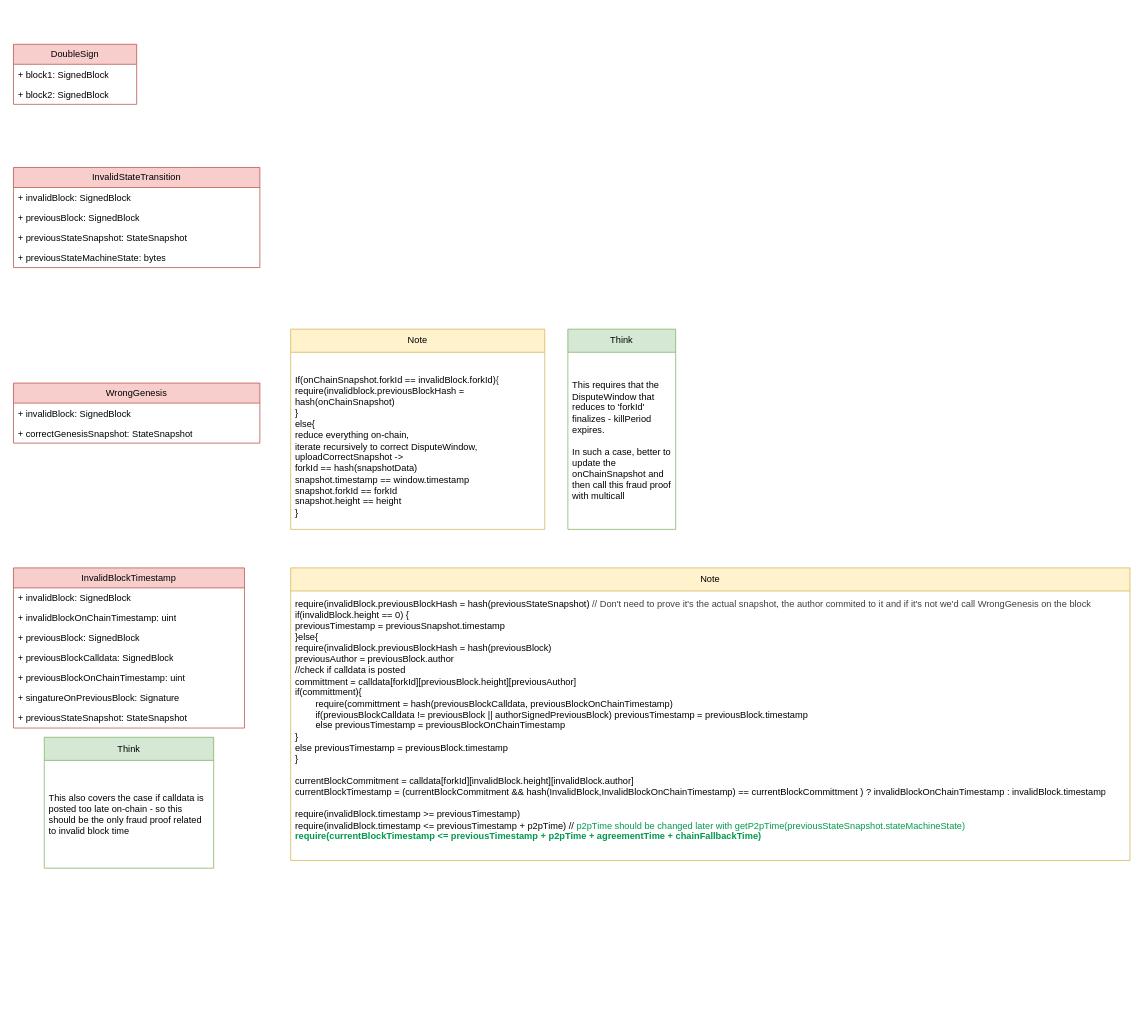
Above: page "Fraud Proofs + Dispute Fraud Proofs" (10 of 10) of diagrams/sdk.drawio in peer3to/state-channels-plus (draw.io), before the change. Source tidied: cells renumbered, new cells numbered last; positions are measured from the earlier drawing's top-left corner, leaving out a move shared by most shapes. Both pictures are drawn from the tidied source at 77%, with x=0, y=0 at pixel (13, 44).
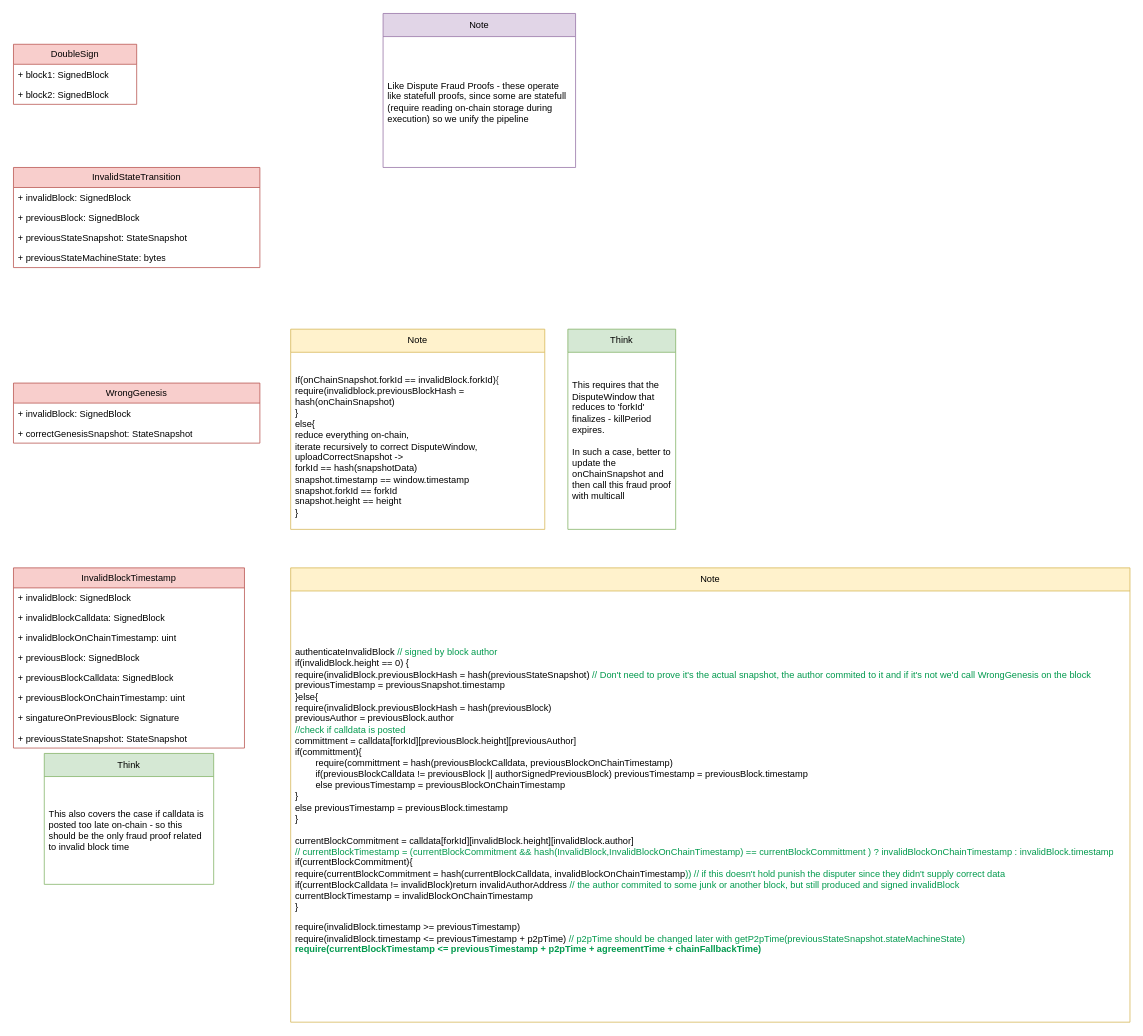
The same diagram, later.

Commit message:
Diagrams - Fraud Proofs - invalidBlockTimestamp - changes

What changed in the source:
```diff
@@
     <mxCell id="10" value="InvalidBlockTimestamp" style="swimlane;fontStyle=0;horizontal=1;startSize=26;fillColor=#f8cecc;whiteSpace=wrap;html=1;strokeColor=#b85450;" parent="1" vertex="1">
-      <mxGeometry y="680" width="300" height="208" as="geometry" />
+      <mxGeometry y="680" width="300" height="234" as="geometry" />
     </mxCell>
@@
+    <mxCell id="29" value="+ invalidBlockCalldata: SignedBlock" style="text;strokeColor=none;fillColor=none;align=left;verticalAlign=top;spacingLeft=4;spacingRight=4;overflow=hidden;whiteSpace=wrap;html=1;" parent="10" vertex="1">
+      <mxGeometry y="52" width="300" height="26" as="geometry" />
+    </mxCell>
     <mxCell id="12" value="+ invalidBlockOnChainTimestamp: uint" style="text;strokeColor=none;fillColor=none;align=left;verticalAlign=top;spacingLeft=4;spacingRight=4;overflow=hidden;whiteSpace=wrap;html=1;" parent="10" vertex="1">
-      <mxGeometry y="52" width="300" height="26" as="geometry" />
+      <mxGeometry y="78" width="300" height="26" as="geometry" />
     </mxCell>
     <mxCell id="13" value="+ previousBlock: SignedBlock" style="text;strokeColor=none;fillColor=none;align=left;verticalAlign=top;spacingLeft=4;spacingRight=4;overflow=hidden;whiteSpace=wrap;html=1;" parent="10" vertex="1">
-      <mxGeometry y="78" width="300" height="26" as="geometry" />
+      <mxGeometry y="104" width="300" height="26" as="geometry" />
     </mxCell>
     <mxCell id="14" value="+ previousBlockCalldata: SignedBlock" style="text;strokeColor=none;fillColor=none;align=left;verticalAlign=top;spacingLeft=4;spacingRight=4;overflow=hidden;whiteSpace=wrap;html=1;" parent="10" vertex="1">
-      <mxGeometry y="104" width="300" height="26" as="geometry" />
+      <mxGeometry y="130" width="300" height="26" as="geometry" />
     </mxCell>
     <mxCell id="15" value="+ previousBlockOnChainTimestamp: uint" style="text;strokeColor=none;fillColor=none;align=left;verticalAlign=top;spacingLeft=4;spacingRight=4;overflow=hidden;whiteSpace=wrap;html=1;" parent="10" vertex="1">
-      <mxGeometry y="130" width="300" height="26" as="geometry" />
+      <mxGeometry y="156" width="300" height="26" as="geometry" />
     </mxCell>
     <mxCell id="16" value="+ singatureOnPreviousBlock: Signature" style="text;strokeColor=none;fillColor=none;align=left;verticalAlign=top;spacingLeft=4;spacingRight=4;overflow=hidden;whiteSpace=wrap;html=1;" parent="10" vertex="1">
-      <mxGeometry y="156" width="300" height="26" as="geometry" />
+      <mxGeometry y="182" width="300" height="26" as="geometry" />
     </mxCell>
     <mxCell id="17" value="+ previousStateSnapshot: StateSnapshot" style="text;strokeColor=none;fillColor=none;align=left;verticalAlign=top;spacingLeft=4;spacingRight=4;overflow=hidden;whiteSpace=wrap;html=1;" parent="10" vertex="1">
-      <mxGeometry y="182" width="300" height="26" as="geometry" />
+      <mxGeometry y="208" width="300" height="26" as="geometry" />
     </mxCell>
     <mxCell id="18" value="Note" style="swimlane;fontStyle=0;horizontal=1;startSize=30;whiteSpace=wrap;html=1;fillColor=#fff2cc;strokeColor=#d6b656;" parent="1" vertex="1">
-      <mxGeometry x="360" y="680" width="1090" height="380" as="geometry" />
+      <mxGeometry x="360" y="680" width="1090" height="590" as="geometry" />
     </mxCell>
-    <mxCell id="19" value="&lt;div&gt;&lt;font style=&quot;scrollbar-color: rgb(226, 226, 226) rgb(251, 251, 251); color: rgb(0, 0, 0);&quot;&gt;require(invalidBlock.previousBlockHash = hash(previousStateSnapshot)&lt;/font&gt;&lt;span style=&quot;color: rgb(63, 63, 63);&quot;&gt;&amp;nbsp;// Don't need to prove it's the actual snapshot, the author commited to it and if it's not we'd call WrongGenesis on the block&lt;/span&gt;&lt;/div&gt;if(invalidBlock.height == 0) {&lt;div&gt;&lt;font style=&quot;color: rgb(0, 0, 0);&quot;&gt;previousTimestamp = previousSnapshot.timestamp&lt;/font&gt;&lt;/div&gt;&lt;div&gt;}else{&lt;/div&gt;&lt;div&gt;&lt;font style=&quot;color: rgb(0, 0, 0);&quot;&gt;require(invalidBlock.previousBlockHash = hash(previousBlock)&lt;/font&gt;&lt;/div&gt;&lt;div&gt;&lt;font style=&quot;color: rgb(0, 0, 0);&quot;&gt;previousAuthor = previousBlock.author&lt;/font&gt;&lt;/div&gt;&lt;div&gt;//check if calldata is posted&amp;nbsp;&lt;br&gt;&lt;font style=&quot;color: rgb(0, 0, 0);&quot;&gt;committment = calldata[forkId][previousBlock.height][previousAuthor]&lt;/font&gt;&lt;/div&gt;&lt;div&gt;&lt;font style=&quot;color: rgb(0, 0, 0);&quot;&gt;&lt;font color=&quot;#000000&quot;&gt;if(committment){&lt;/font&gt;&lt;/font&gt;&lt;/div&gt;&lt;div&gt;&lt;font&gt;&lt;font style=&quot;color: rgb(0, 0, 0);&quot;&gt;&lt;span style=&quot;white-space: pre;&quot;&gt;&#9;&lt;/span&gt;require(committment = hash(previousBlockCalldata, previousBlockOnChainTimestamp)&lt;/font&gt;&lt;/font&gt;&lt;/div&gt;&lt;div&gt;&lt;font&gt;&lt;font style=&quot;color: rgb(0, 0, 0);&quot;&gt;&lt;span style=&quot;white-space: pre;&quot;&gt;&#9;&lt;/span&gt;if(previousBlockCalldata != previousBlock || authorSignedPreviousBlock) previousTimestamp = previousBlock.timestamp&lt;br&gt;&lt;/font&gt;&lt;/font&gt;&lt;/div&gt;&lt;div&gt;&lt;font&gt;&lt;font style=&quot;color: rgb(0, 0, 0);&quot;&gt;&lt;span style=&quot;white-space: pre;&quot;&gt;&#9;&lt;/span&gt;else previousTimestamp = previousBlockOnChainTimestamp&lt;br&gt;&lt;/font&gt;&lt;/font&gt;&lt;/div&gt;&lt;div&gt;&lt;font style=&quot;color: rgb(0, 0, 0);&quot;&gt;}&lt;/font&gt;&lt;/div&gt;&lt;div&gt;&lt;font style=&quot;color: rgb(0, 0, 0);&quot;&gt;else previousTimestamp = previousBlock.timestamp&lt;/font&gt;&lt;/div&gt;&lt;div&gt;}&lt;/div&gt;&lt;div&gt;&lt;br&gt;&lt;/div&gt;&lt;div&gt;&lt;font style=&quot;color: rgb(0, 0, 0);&quot;&gt;currentBlockCommitment = calldata[forkId][invalidBlock.height][invalidBlock.author]&lt;/font&gt;&lt;/div&gt;&lt;div&gt;&lt;font style=&quot;color: rgb(0, 0, 0);&quot;&gt;currentBlockTimestamp = (currentBlockCommitment &amp;amp;&amp;amp; hash(InvalidBlock,InvalidBlockOnChainTimestamp) == currentBlockCommittment ) ? invalidBlockOnChainTimestamp : invalidBlock.timestamp&lt;/font&gt;&lt;/div&gt;&lt;div&gt;&lt;font style=&quot;color: rgb(0, 0, 0);&quot;&gt;&amp;nbsp;&lt;br&gt;require(invalidBlock.timestamp &amp;gt;= previousTimestamp)&lt;/font&gt;&lt;/div&gt;&lt;div&gt;&lt;font style=&quot;color: rgb(0, 0, 0);&quot;&gt;require(invalidBlock.timestamp &amp;lt;= previousTimestamp + p2pTime)&lt;/font&gt; // &lt;font style=&quot;color: rgb(0, 153, 77);&quot;&gt;p2pTime should be changed later with getP2pTime(previousStateSnapshot.stateMachineState)&lt;/font&gt;&lt;/div&gt;&lt;div&gt;&lt;font color=&quot;#00994d&quot;&gt;&lt;b&gt;require(currentBlockTimestamp &amp;lt;= previousTimestamp + p2pTime + agreementTime + chainFallbackTime)&amp;nbsp;&lt;/b&gt;&lt;br&gt;&lt;/font&gt;&lt;br&gt;&lt;/div&gt;" style="text;strokeColor=none;fillColor=none;align=left;verticalAlign=middle;spacingLeft=4;spacingRight=4;overflow=hidden;whiteSpace=wrap;html=1;" parent="18" vertex="1">
-      <mxGeometry y="30" width="1090" height="350" as="geometry" />
+    <mxCell id="19" value="&lt;div&gt;&lt;span style=&quot;background-color: transparent;&quot;&gt;&lt;font style=&quot;color: rgb(0, 0, 0);&quot;&gt;authenticateInvalidBlock &lt;/font&gt;&lt;font style=&quot;color: rgb(0, 153, 77);&quot;&gt;// signed by block author&lt;/font&gt;&lt;/span&gt;&lt;/div&gt;&lt;div&gt;&lt;span style=&quot;background-color: transparent;&quot;&gt;&lt;font style=&quot;color: rgb(0, 0, 0);&quot;&gt;if(invalidBlock.height == 0) {&lt;/font&gt;&lt;/span&gt;&lt;/div&gt;&lt;div&gt;&lt;font&gt;&lt;font style=&quot;color: rgb(0, 0, 0); scrollbar-color: rgb(226, 226, 226) rgb(251, 251, 251);&quot;&gt;require(invalidBlock.previousBlockHash = hash(previousStateSnapshot)&lt;/font&gt;&lt;span style=&quot;color: rgb(63, 63, 63); scrollbar-color: rgb(226, 226, 226) rgb(251, 251, 251);&quot;&gt;&amp;nbsp;&lt;/span&gt;&lt;span style=&quot;scrollbar-color: rgb(226, 226, 226) rgb(251, 251, 251); color: rgb(63, 63, 63);&quot;&gt;&lt;font style=&quot;color: rgb(0, 153, 77);&quot;&gt;// Don't need to prove it's the actual snapshot, the author commited to it and if it's not we'd call WrongGenesis on the block&lt;/font&gt;&lt;/span&gt;&lt;/font&gt;&lt;/div&gt;&lt;div&gt;&lt;font style=&quot;color: rgb(0, 0, 0);&quot;&gt;previousTimestamp = previousSnapshot.timestamp&lt;/font&gt;&lt;/div&gt;&lt;div&gt;}else{&lt;/div&gt;&lt;div&gt;&lt;font style=&quot;color: rgb(0, 0, 0);&quot;&gt;require(invalidBlock.previousBlockHash = hash(previousBlock)&lt;/font&gt;&lt;/div&gt;&lt;div&gt;&lt;font style=&quot;color: rgb(0, 0, 0);&quot;&gt;previousAuthor = previousBlock.author&lt;/font&gt;&lt;/div&gt;&lt;div&gt;&lt;font style=&quot;color: rgb(0, 153, 77);&quot;&gt;//check if calldata is posted&amp;nbsp;&lt;/font&gt;&lt;br&gt;&lt;font style=&quot;color: rgb(0, 0, 0);&quot;&gt;committment = calldata[forkId][previousBlock.height][previousAuthor]&lt;/font&gt;&lt;/div&gt;&lt;div&gt;&lt;font style=&quot;color: rgb(0, 0, 0);&quot;&gt;&lt;font color=&quot;#000000&quot;&gt;if(committment){&lt;/font&gt;&lt;/font&gt;&lt;/div&gt;&lt;div&gt;&lt;font&gt;&lt;font style=&quot;color: rgb(0, 0, 0);&quot;&gt;&lt;span style=&quot;white-space: pre;&quot;&gt;&#9;&lt;/span&gt;require(committment = hash(previousBlockCalldata, previousBlockOnChainTimestamp)&lt;/font&gt;&lt;/font&gt;&lt;/div&gt;&lt;div&gt;&lt;font&gt;&lt;font style=&quot;color: rgb(0, 0, 0);&quot;&gt;&lt;span style=&quot;white-space: pre;&quot;&gt;&#9;&lt;/span&gt;if(previousBlockCalldata != previousBlock || authorSignedPreviousBlock) previousTimestamp = previousBlock.timestamp&lt;br&gt;&lt;/font&gt;&lt;/font&gt;&lt;/div&gt;&lt;div&gt;&lt;font&gt;&lt;font style=&quot;color: rgb(0, 0, 0);&quot;&gt;&lt;span style=&quot;white-space: pre;&quot;&gt;&#9;&lt;/span&gt;else previousTimestamp = previousBlockOnChainTimestamp&lt;br&gt;&lt;/font&gt;&lt;/font&gt;&lt;/div&gt;&lt;div&gt;&lt;font style=&quot;color: rgb(0, 0, 0);&quot;&gt;}&lt;/font&gt;&lt;/div&gt;&lt;div&gt;&lt;font style=&quot;color: rgb(0, 0, 0);&quot;&gt;else previousTimestamp = previousBlock.timestamp&lt;/font&gt;&lt;/div&gt;&lt;div&gt;}&lt;/div&gt;&lt;div&gt;&lt;br&gt;&lt;/div&gt;&lt;div&gt;&lt;font style=&quot;color: rgb(0, 0, 0);&quot;&gt;currentBlockCommitment = calldata[forkId][invalidBlock.height][invalidBlock.author]&lt;/font&gt;&lt;/div&gt;&lt;div&gt;&lt;font style=&quot;color: rgb(0, 153, 77);&quot;&gt;// currentBlockTimestamp = (currentBlockCommitment &amp;amp;&amp;amp; hash(InvalidBlock,InvalidBlockOnChainTimestamp) == currentBlockCommittment ) ? invalidBlockOnChainTimestamp : invalidBlock.timestamp&lt;/font&gt;&lt;/div&gt;&lt;div&gt;&lt;p style=&quot;margin-top: 0px; margin-bottom: 0px;&quot; class=&quot;pf0&quot;&gt;&lt;font style=&quot;color: rgb(0, 0, 0);&quot;&gt;&lt;span style=&quot;&quot; class=&quot;cf0&quot;&gt;if(&lt;/span&gt;&lt;span style=&quot;&quot; class=&quot;cf0&quot;&gt;currentBlockCommitment&lt;/span&gt;&lt;span style=&quot;&quot; class=&quot;cf0&quot;&gt;){&lt;/span&gt;&lt;/font&gt;&lt;/p&gt;&lt;font&gt;&lt;p style=&quot;margin-top: 0px; margin-left: 0px; margin-bottom: 0px;&quot; class=&quot;pf0&quot;&gt;&lt;span style=&quot;color: light-dark(rgb(0, 0, 0), rgb(237, 237, 237));&quot; class=&quot;cf0&quot;&gt;    require(&lt;/span&gt;&lt;span style=&quot;color: light-dark(rgb(0, 0, 0), rgb(237, 237, 237));&quot; class=&quot;cf0&quot;&gt;currentBlockCommitment&lt;/span&gt;&lt;span style=&quot;color: light-dark(rgb(0, 0, 0), rgb(237, 237, 237));&quot; class=&quot;cf0&quot;&gt; = hash(&lt;/span&gt;&lt;span style=&quot;color: light-dark(rgb(0, 0, 0), rgb(237, 237, 237));&quot; class=&quot;cf0&quot;&gt;currentBlockCalldata&lt;/span&gt;&lt;span style=&quot;color: light-dark(rgb(0, 0, 0), rgb(237, 237, 237));&quot; class=&quot;cf0&quot;&gt;, &lt;/span&gt;&lt;span style=&quot;color: light-dark(rgb(0, 0, 0), rgb(237, 237, 237));&quot; class=&quot;cf0&quot;&gt;invalidBlockOnChainTimestamp&lt;/span&gt;&lt;span style=&quot;&quot; class=&quot;cf0&quot;&gt;&lt;font style=&quot;color: rgb(0, 153, 77);&quot;&gt;)) // if this doesn't hold punish the disputer since they didn't supply correct data&lt;/font&gt;&lt;/span&gt;&lt;/p&gt;&lt;p style=&quot;margin-top: 0px; margin-bottom: 0px;&quot; class=&quot;pf0&quot;&gt;&lt;span style=&quot;color: light-dark(rgb(0, 0, 0), rgb(237, 237, 237));&quot; class=&quot;cf0&quot;&gt;    if(&lt;/span&gt;&lt;span style=&quot;color: light-dark(rgb(0, 0, 0), rgb(237, 237, 237));&quot; class=&quot;cf0&quot;&gt;currentBlockCalldata&lt;/span&gt;&lt;span style=&quot;color: light-dark(rgb(0, 0, 0), rgb(237, 237, 237));&quot; class=&quot;cf0&quot;&gt; != &lt;/span&gt;&lt;span style=&quot;color: light-dark(rgb(0, 0, 0), rgb(237, 237, 237));&quot; class=&quot;cf0&quot;&gt;invalidBlock&lt;/span&gt;&lt;span style=&quot;color: light-dark(rgb(0, 0, 0), rgb(237, 237, 237));&quot; class=&quot;cf0&quot;&gt;)return &lt;/span&gt;&lt;span style=&quot;color: light-dark(rgb(0, 0, 0), rgb(237, 237, 237));&quot; class=&quot;cf0&quot;&gt;invalidAuthorAddress&lt;/span&gt;&lt;span style=&quot;&quot; class=&quot;cf0&quot;&gt; &lt;font style=&quot;color: light-dark(rgb(0, 153, 77), rgb(237, 237, 237));&quot;&gt;// the author &lt;/font&gt;&lt;/span&gt;&lt;font&gt;&lt;span style=&quot;&quot; class=&quot;cf0&quot;&gt;&lt;font style=&quot;color: light-dark(rgb(0, 153, 77), rgb(237, 237, 237));&quot;&gt;commited&lt;/font&gt;&lt;/span&gt;&lt;span style=&quot;color: light-dark(rgb(0, 153, 77), rgb(237, 237, 237));&quot; class=&quot;cf0&quot;&gt; to some junk or another block, but still produced and signed &lt;/span&gt;&lt;span style=&quot;color: light-dark(rgb(0, 153, 77), rgb(237, 237, 237));&quot; class=&quot;cf0&quot;&gt;invalidBlock&lt;/span&gt;&lt;/font&gt;&lt;/p&gt;&lt;p style=&quot;margin-top: 0px; margin-bottom: 0px;&quot; class=&quot;pf0&quot;&gt;&lt;font style=&quot;color: light-dark(rgb(0, 0, 0), rgb(237, 237, 237));&quot;&gt;&lt;span style=&quot;&quot; class=&quot;cf0&quot;&gt;    &lt;/span&gt;&lt;span style=&quot;&quot; class=&quot;cf0&quot;&gt;currentBlockTimestamp&lt;/span&gt;&lt;span style=&quot;&quot; class=&quot;cf0&quot;&gt; = &lt;/span&gt;&lt;span style=&quot;&quot; class=&quot;cf0&quot;&gt;invalidBlockOnChainTimestamp&lt;/span&gt;&lt;/font&gt;&lt;/p&gt;&lt;p style=&quot;color: light-dark(rgb(0, 0, 0), rgb(237, 237, 237)); margin-top: 0px;&quot; class=&quot;pf0&quot;&gt;&lt;span style=&quot;&quot; class=&quot;cf0&quot;&gt;}&lt;/span&gt;&lt;span style=&quot;background-color: transparent;&quot;&gt;&amp;nbsp;&lt;/span&gt;&lt;/p&gt;&lt;/font&gt;&lt;/div&gt;&lt;div&gt;&lt;font style=&quot;color: rgb(0, 0, 0);&quot;&gt;require(invalidBlock.timestamp &amp;gt;= previousTimestamp)&lt;/font&gt;&lt;/div&gt;&lt;div&gt;&lt;font style=&quot;color: rgb(0, 0, 0);&quot;&gt;require(invalidBlock.timestamp &amp;lt;= previousTimestamp + p2pTime)&lt;/font&gt; &lt;font style=&quot;color: rgb(0, 153, 77);&quot;&gt;//&lt;/font&gt; &lt;font style=&quot;color: rgb(0, 153, 77);&quot;&gt;p2pTime should be changed later with getP2pTime(previousStateSnapshot.stateMachineState)&lt;/font&gt;&lt;/div&gt;&lt;div&gt;&lt;font color=&quot;#00994d&quot;&gt;&lt;b&gt;require(currentBlockTimestamp &amp;lt;= previousTimestamp + p2pTime + agreementTime + chainFallbackTime)&amp;nbsp;&lt;/b&gt;&lt;br&gt;&lt;/font&gt;&lt;br&gt;&lt;/div&gt;" style="text;strokeColor=none;fillColor=none;align=left;verticalAlign=middle;spacingLeft=4;spacingRight=4;overflow=hidden;whiteSpace=wrap;html=1;" parent="18" vertex="1">
+      <mxGeometry y="30" width="1090" height="560" as="geometry" />
     </mxCell>
@@
     <mxCell id="27" value="Think" style="swimlane;fontStyle=0;horizontal=1;startSize=30;whiteSpace=wrap;html=1;fillColor=#d5e8d4;strokeColor=#82b366;" parent="1" vertex="1">
-      <mxGeometry x="40" y="900" width="220" height="170" as="geometry" />
+      <mxGeometry x="40" y="921" width="220" height="170" as="geometry" />
     </mxCell>
@@
+    <mxCell id="30" value="Note" style="swimlane;fontStyle=0;horizontal=1;startSize=30;whiteSpace=wrap;html=1;fillColor=#e1d5e7;strokeColor=#9673a6;" parent="1" vertex="1">
+      <mxGeometry x="480" y="-40" width="250" height="200" as="geometry" />
+    </mxCell>
+    <mxCell id="31" value="Like Dispute Fraud Proofs - these operate like statefull proofs, since some are statefull (require reading on-chain storage during execution) so we unify the pipeline" style="text;strokeColor=none;fillColor=none;align=left;verticalAlign=middle;spacingLeft=4;spacingRight=4;overflow=hidden;whiteSpace=wrap;html=1;" parent="30" vertex="1">
+      <mxGeometry y="30" width="250" height="170" as="geometry" />
+    </mxCell>
```
